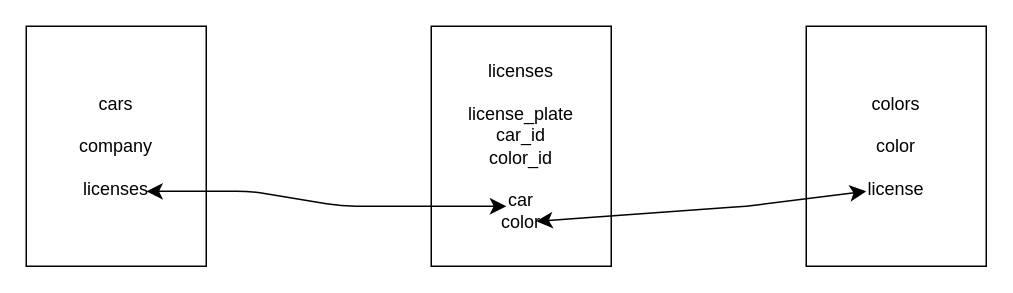
Above: server/erd.drawio in rachelAtFlatiron/east-se-041023-sqlalchemy-review (draw.io), before the change. Source tidied: cells renumbered, new cells numbered last; positions are measured from the earlier drawing's top-left corner, leaving out a move shared by most shapes. Both pictures are drawn from the tidied source at 150%, with x=0, y=0 at pixel (26, 26).
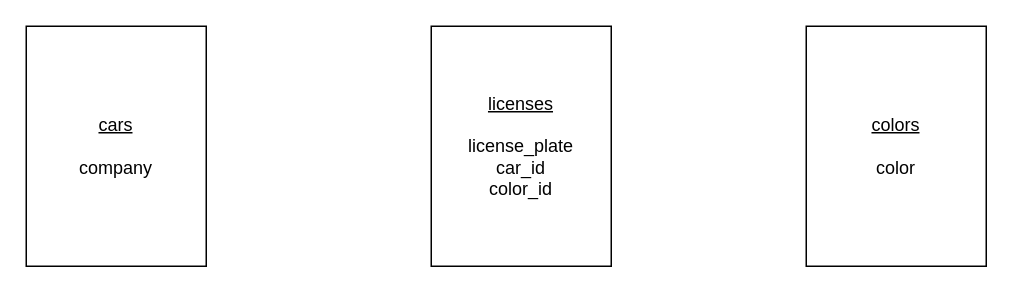
The same page after the edit.

Change to the diagram source:
```diff
@@
 <mxGraphModel>
   <root>
     <mxCell id="0" />
     <mxCell id="1" parent="0" />
-    <mxCell id="2" value="cars&lt;br&gt;&lt;br&gt;company&lt;br&gt;&lt;br&gt;licenses" style="whiteSpace=wrap;html=1;" parent="1" vertex="1">
+    <mxCell id="2" value="&lt;u&gt;cars&lt;br&gt;&lt;/u&gt;&lt;br&gt;company" style="whiteSpace=wrap;html=1;" parent="1" vertex="1">
       <mxGeometry width="120" height="160" as="geometry" />
     </mxCell>
-    <mxCell id="3" value="colors&lt;br&gt;&lt;br&gt;color&lt;br&gt;&lt;br&gt;license" style="whiteSpace=wrap;html=1;" parent="1" vertex="1">
+    <mxCell id="3" value="&lt;u&gt;colors&lt;br&gt;&lt;/u&gt;&lt;br&gt;color" style="whiteSpace=wrap;html=1;" parent="1" vertex="1">
       <mxGeometry x="520" width="120" height="160" as="geometry" />
     </mxCell>
-    <mxCell id="4" value="licenses&lt;br&gt;&lt;br&gt;license_plate&lt;br&gt;car_id&lt;br&gt;color_id&lt;br&gt;&lt;br&gt;car&lt;br&gt;color" style="whiteSpace=wrap;html=1;" parent="1" vertex="1">
+    <mxCell id="4" value="&lt;u&gt;licenses&lt;/u&gt;&lt;br&gt;&lt;br&gt;license_plate&lt;br&gt;car_id&lt;br&gt;color_id&lt;br&gt;" style="whiteSpace=wrap;html=1;" parent="1" vertex="1">
       <mxGeometry x="270" width="120" height="160" as="geometry" />
     </mxCell>
-    <mxCell id="5" style="edgeStyle=none;jettySize=auto;html=1;endArrow=classic;startArrow=classic;endSize=8;startSize=8;exitX=0.667;exitY=0.688;exitDx=0;exitDy=0;exitPerimeter=0;entryX=0.417;entryY=0.75;entryDx=0;entryDy=0;entryPerimeter=0;" parent="1" edge="1" source="2" target="4">
-      <mxGeometry relative="1" as="geometry">
-        <Array as="points">
-          <mxPoint x="150" y="110" />
-          <mxPoint x="210" y="120" />
-        </Array>
-      </mxGeometry>
-    </mxCell>
-    <mxCell id="6" style="edgeStyle=none;jettySize=auto;html=1;endArrow=classic;startArrow=classic;endSize=8;startSize=8;entryX=0.333;entryY=0.688;entryDx=0;entryDy=0;exitX=0.583;exitY=0.813;exitDx=0;exitDy=0;exitPerimeter=0;entryPerimeter=0;" parent="1" edge="1" source="4" target="3">
-      <mxGeometry relative="1" as="geometry">
-        <Array as="points">
-          <mxPoint x="480" y="120" />
-        </Array>
-      </mxGeometry>
-    </mxCell>
   </root>
 </mxGraphModel>
```
